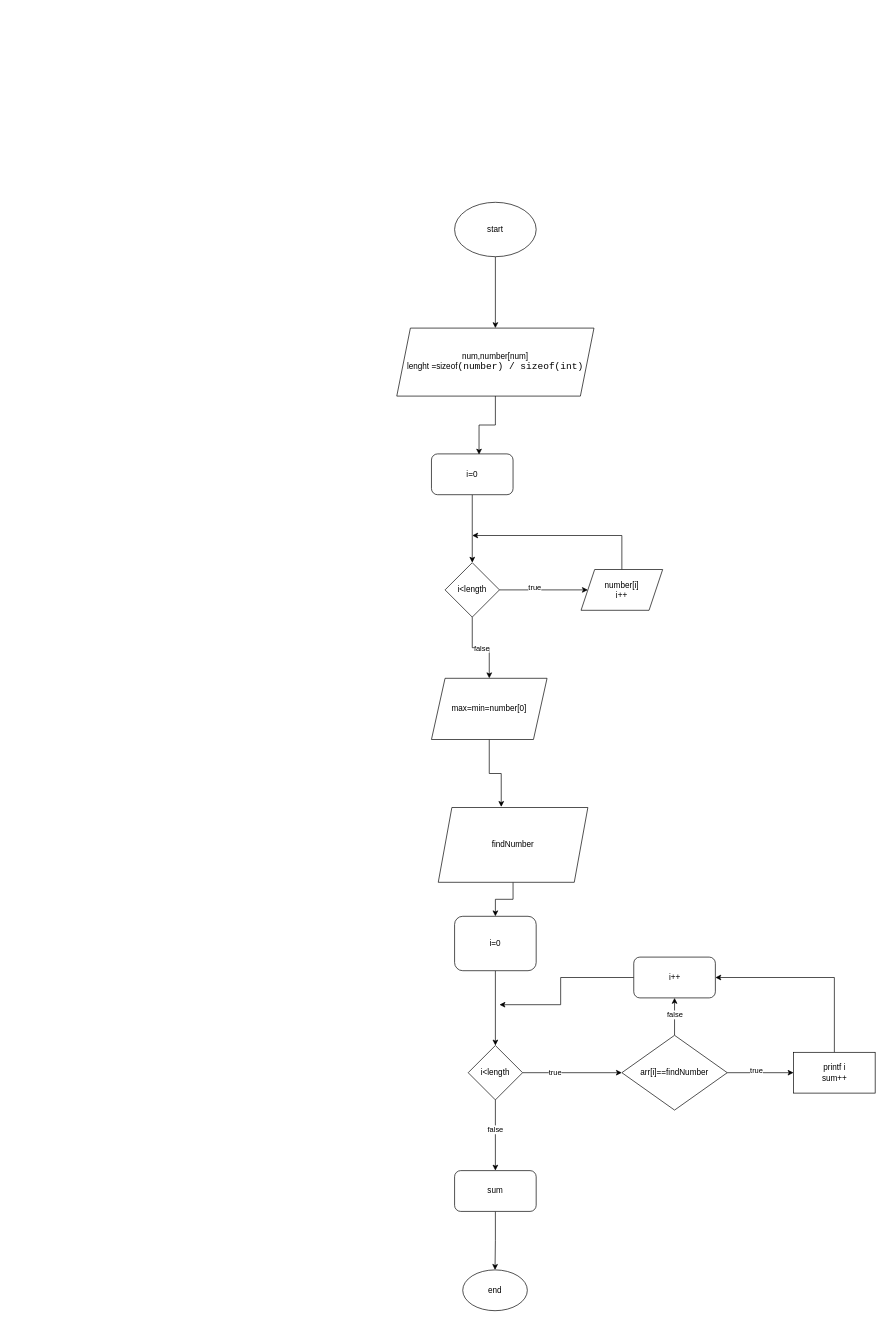
This is BTSS8/BTVN3.drawio from Duongleaaa/C, a draw.io file, before an edit. Source tidied: cells renumbered, new cells numbered last; positions are measured from the earlier drawing's top-left corner, leaving out a move shared by most shapes. Both pictures are drawn from the tidied source at 68%, with x=0, y=0 at pixel (396, 202).
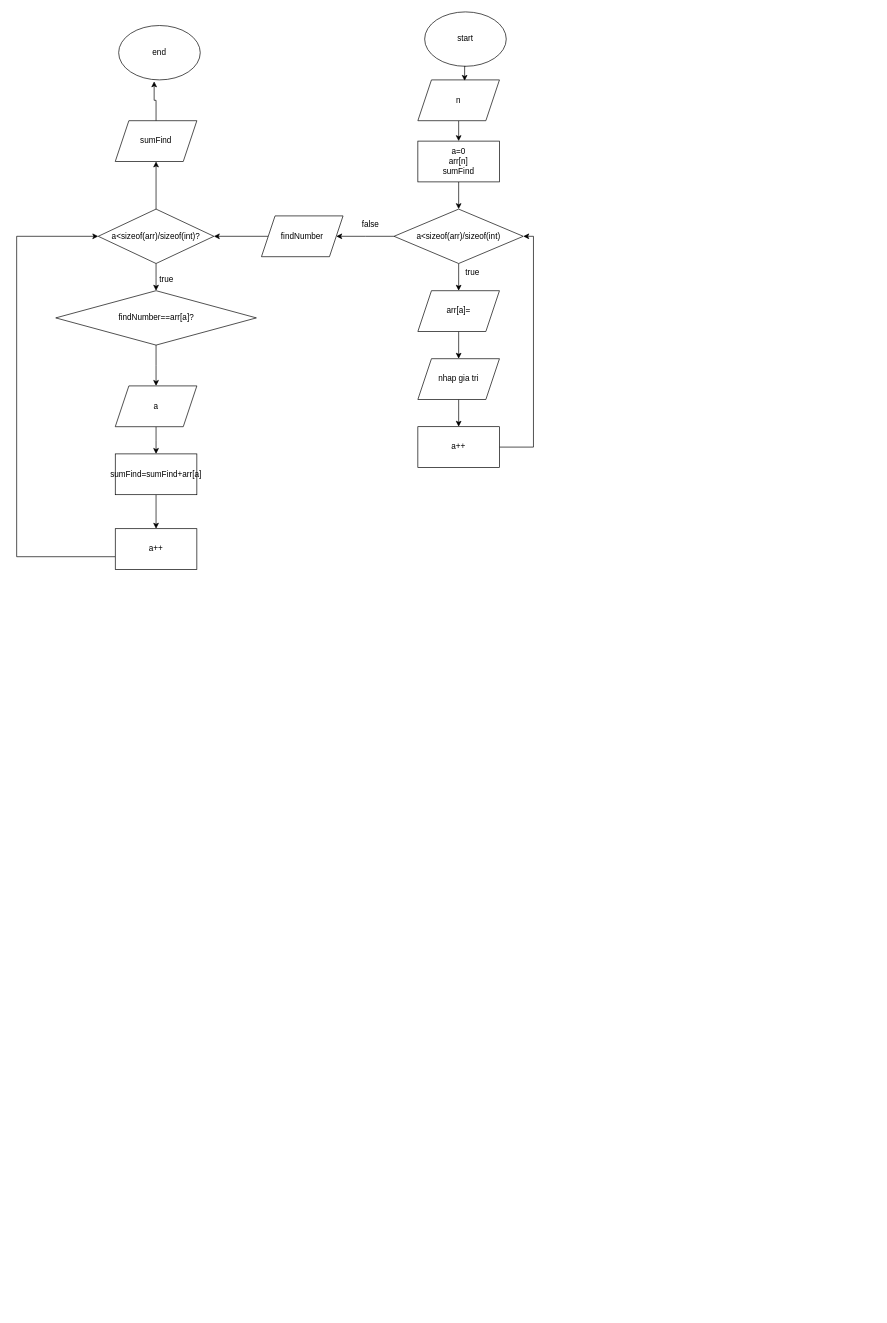
The same page after the edit.

What changed in the source:
```diff
@@
-    <mxCell id="2" style="edgeStyle=orthogonalEdgeStyle;rounded=0;jettySize=auto;html=1;entryX=0.5;entryY=0;entryDx=0;entryDy=0;" parent="1" edge="1" source="3" target="4">
-      <mxGeometry relative="1" as="geometry" />
-    </mxCell>
     <mxCell id="3" value="start" style="ellipse;whiteSpace=wrap;html=1;" parent="1" vertex="1">
-      <mxGeometry x="85" width="120" height="80" as="geometry" />
+      <mxGeometry x="41" y="-280" width="120" height="80" as="geometry" />
     </mxCell>
-    <mxCell id="4" value="&lt;span style=&quot;background-color: rgb(255, 255, 255);&quot;&gt;num,number[num]&lt;br&gt;lenght =sizeof&lt;span style=&quot;font-family: Consolas, &amp;quot;Courier New&amp;quot;, monospace; font-size: 14px;&quot;&gt;(&lt;/span&gt;&lt;span style=&quot;font-family: Consolas, &amp;quot;Courier New&amp;quot;, monospace; font-size: 14px;&quot;&gt;number&lt;/span&gt;&lt;span style=&quot;font-family: Consolas, &amp;quot;Courier New&amp;quot;, monospace; font-size: 14px;&quot;&gt;) / &lt;/span&gt;&lt;span style=&quot;font-family: Consolas, &amp;quot;Courier New&amp;quot;, monospace; font-size: 14px;&quot;&gt;sizeof&lt;/span&gt;&lt;span style=&quot;font-family: Consolas, &amp;quot;Courier New&amp;quot;, monospace; font-size: 14px;&quot;&gt;(&lt;/span&gt;&lt;span style=&quot;font-family: Consolas, &amp;quot;Courier New&amp;quot;, monospace; font-size: 14px;&quot;&gt;int&lt;/span&gt;&lt;span style=&quot;font-family: Consolas, &amp;quot;Courier New&amp;quot;, monospace; font-size: 14px;&quot;&gt;)&lt;/span&gt;&lt;/span&gt;" style="shape=parallelogram;perimeter=parallelogramPerimeter;whiteSpace=wrap;html=1;fixedSize=1;" parent="1" vertex="1">
-      <mxGeometry y="185" width="290" height="100" as="geometry" />
-    </mxCell>
-    <mxCell id="5" style="edgeStyle=orthogonalEdgeStyle;rounded=0;jettySize=auto;html=1;entryX=0.5;entryY=0;entryDx=0;entryDy=0;" parent="1" edge="1" source="6" target="12">
-      <mxGeometry relative="1" as="geometry" />
-    </mxCell>
-    <mxCell id="6" value="i=0" style="rounded=1;whiteSpace=wrap;html=1;" parent="1" vertex="1">
-      <mxGeometry x="51" y="370" width="120" height="60" as="geometry" />
-    </mxCell>
-    <mxCell id="7" style="edgeStyle=orthogonalEdgeStyle;rounded=0;jettySize=auto;html=1;entryX=0.583;entryY=0.017;entryDx=0;entryDy=0;entryPerimeter=0;" parent="1" edge="1" source="4" target="6">
-      <mxGeometry relative="1" as="geometry" />
-    </mxCell>
-    <mxCell id="8" style="edgeStyle=orthogonalEdgeStyle;rounded=0;jettySize=auto;html=1;entryX=0;entryY=0.5;entryDx=0;entryDy=0;" parent="1" edge="1" source="12" target="14">
-      <mxGeometry relative="1" as="geometry" />
-    </mxCell>
-    <mxCell id="9" value="true" style="edgeLabel;html=1;align=center;verticalAlign=middle;" parent="8" vertex="1">
-      <mxGeometry x="-0.22" y="4" relative="1" as="geometry" />
-    </mxCell>
-    <mxCell id="10" style="edgeStyle=orthogonalEdgeStyle;rounded=0;jettySize=auto;html=1;" parent="1" edge="1" source="12" target="16">
-      <mxGeometry relative="1" as="geometry" />
-    </mxCell>
-    <mxCell id="11" value="false" style="edgeLabel;html=1;align=center;verticalAlign=middle;" parent="10" vertex="1">
-      <mxGeometry relative="1" as="geometry" />
-    </mxCell>
-    <mxCell id="12" value="i&amp;lt;length" style="rhombus;whiteSpace=wrap;html=1;" parent="1" vertex="1">
-      <mxGeometry x="71" y="530" width="80" height="80" as="geometry" />
-    </mxCell>
-    <mxCell id="13" style="edgeStyle=orthogonalEdgeStyle;rounded=0;jettySize=auto;html=1;" parent="1" edge="1" source="14">
-      <mxGeometry relative="1" as="geometry">
-        <mxPoint x="111" y="490" as="targetPoint" />
-        <Array as="points">
-          <mxPoint x="331" y="490" />
-        </Array>
-      </mxGeometry>
-    </mxCell>
-    <mxCell id="14" value="number[i]&lt;br&gt;i++" style="shape=parallelogram;perimeter=parallelogramPerimeter;whiteSpace=wrap;html=1;fixedSize=1;" parent="1" vertex="1">
-      <mxGeometry x="271" y="540" width="120" height="60" as="geometry" />
-    </mxCell>
-    <mxCell id="15" style="edgeStyle=orthogonalEdgeStyle;rounded=0;jettySize=auto;html=1;entryX=0.421;entryY=-0.008;entryDx=0;entryDy=0;entryPerimeter=0;" parent="1" edge="1" source="16" target="25">
-      <mxGeometry relative="1" as="geometry" />
-    </mxCell>
-    <mxCell id="16" value="max=min=number[0]" style="shape=parallelogram;perimeter=parallelogramPerimeter;whiteSpace=wrap;html=1;fixedSize=1;" parent="1" vertex="1">
-      <mxGeometry x="51" y="700" width="170" height="90" as="geometry" />
-    </mxCell>
-    <mxCell id="17" style="edgeStyle=orthogonalEdgeStyle;rounded=0;jettySize=auto;html=1;" parent="1" edge="1" source="21" target="27">
-      <mxGeometry relative="1" as="geometry" />
-    </mxCell>
-    <mxCell id="18" value="false" style="edgeLabel;html=1;align=center;verticalAlign=middle;" parent="17" vertex="1">
-      <mxGeometry x="-0.17" y="-1" relative="1" as="geometry" />
-    </mxCell>
-    <mxCell id="19" style="edgeStyle=orthogonalEdgeStyle;rounded=0;jettySize=auto;html=1;" parent="1" edge="1" source="21" target="33">
-      <mxGeometry relative="1" as="geometry" />
-    </mxCell>
-    <mxCell id="20" value="true" style="edgeLabel;html=1;align=center;verticalAlign=middle;" parent="19" vertex="1">
-      <mxGeometry x="-0.35" y="1" relative="1" as="geometry" />
-    </mxCell>
-    <mxCell id="21" value="i&amp;lt;length" style="rhombus;whiteSpace=wrap;html=1;" parent="1" vertex="1">
-      <mxGeometry x="105" y="1240" width="80" height="80" as="geometry" />
-    </mxCell>
-    <mxCell id="22" style="edgeStyle=orthogonalEdgeStyle;rounded=0;jettySize=auto;html=1;entryX=0.5;entryY=0;entryDx=0;entryDy=0;" parent="1" edge="1" source="23" target="21">
-      <mxGeometry relative="1" as="geometry" />
-    </mxCell>
-    <mxCell id="23" value="i=0" style="rounded=1;whiteSpace=wrap;html=1;" parent="1" vertex="1">
-      <mxGeometry x="85" y="1050" width="120" height="80" as="geometry" />
-    </mxCell>
-    <mxCell id="24" style="edgeStyle=orthogonalEdgeStyle;rounded=0;jettySize=auto;html=1;entryX=0.5;entryY=0;entryDx=0;entryDy=0;" parent="1" edge="1" source="25" target="23">
-      <mxGeometry relative="1" as="geometry" />
-    </mxCell>
+    <mxCell id="38" style="edgeStyle=orthogonalEdgeStyle;rounded=0;jettySize=auto;html=1;exitX=0.5;exitY=1;exitDx=0;exitDy=0;entryX=0.5;entryY=0;entryDx=0;entryDy=0;" parent="1" edge="1" source="39" target="41">
+      <mxGeometry relative="1" as="geometry" />
+    </mxCell>
+    <mxCell id="39" value="n" style="shape=parallelogram;perimeter=parallelogramPerimeter;whiteSpace=wrap;html=1;fixedSize=1;" parent="1" vertex="1">
+      <mxGeometry x="31" y="-180" width="120" height="60" as="geometry" />
+    </mxCell>
+    <mxCell id="40" style="edgeStyle=orthogonalEdgeStyle;rounded=0;jettySize=auto;html=1;exitX=0.5;exitY=1;exitDx=0;exitDy=0;entryX=0.5;entryY=0;entryDx=0;entryDy=0;" parent="1" edge="1" source="41" target="45">
+      <mxGeometry relative="1" as="geometry" />
+    </mxCell>
+    <mxCell id="41" value="a=0&lt;br&gt;arr[n]&lt;br&gt;sumFind" style="rounded=0;whiteSpace=wrap;html=1;" parent="1" vertex="1">
+      <mxGeometry x="31" y="-90" width="120" height="60" as="geometry" />
+    </mxCell>
+    <mxCell id="42" style="edgeStyle=orthogonalEdgeStyle;rounded=0;jettySize=auto;html=1;exitX=0.5;exitY=1;exitDx=0;exitDy=0;entryX=0.573;entryY=0.023;entryDx=0;entryDy=0;entryPerimeter=0;" parent="1" edge="1" source="3" target="39">
+      <mxGeometry relative="1" as="geometry" />
+    </mxCell>
+    <mxCell id="43" style="edgeStyle=orthogonalEdgeStyle;rounded=0;jettySize=auto;html=1;exitX=0.5;exitY=1;exitDx=0;exitDy=0;entryX=0.5;entryY=0;entryDx=0;entryDy=0;" parent="1" edge="1" source="45" target="47">
+      <mxGeometry relative="1" as="geometry" />
+    </mxCell>
+    <mxCell id="44" style="edgeStyle=orthogonalEdgeStyle;rounded=0;jettySize=auto;html=1;exitX=0;exitY=0.5;exitDx=0;exitDy=0;" parent="1" edge="1" source="45">
+      <mxGeometry relative="1" as="geometry">
+        <mxPoint x="-89" y="50" as="targetPoint" />
+      </mxGeometry>
+    </mxCell>
+    <mxCell id="45" value="a&amp;lt;sizeof(arr)/sizeof(int)" style="rhombus;whiteSpace=wrap;html=1;" parent="1" vertex="1">
+      <mxGeometry x="-4" y="10" width="190" height="80" as="geometry" />
+    </mxCell>
+    <mxCell id="46" style="edgeStyle=orthogonalEdgeStyle;rounded=0;jettySize=auto;html=1;exitX=0.5;exitY=1;exitDx=0;exitDy=0;entryX=0.5;entryY=0;entryDx=0;entryDy=0;" parent="1" edge="1" source="47" target="49">
+      <mxGeometry relative="1" as="geometry" />
+    </mxCell>
+    <mxCell id="47" value="arr[a]=" style="shape=parallelogram;perimeter=parallelogramPerimeter;whiteSpace=wrap;html=1;fixedSize=1;" parent="1" vertex="1">
+      <mxGeometry x="31" y="130" width="120" height="60" as="geometry" />
+    </mxCell>
+    <mxCell id="48" style="edgeStyle=orthogonalEdgeStyle;rounded=0;jettySize=auto;html=1;exitX=0.5;exitY=1;exitDx=0;exitDy=0;entryX=0.5;entryY=0;entryDx=0;entryDy=0;" parent="1" edge="1" source="49" target="51">
+      <mxGeometry relative="1" as="geometry" />
+    </mxCell>
+    <mxCell id="49" value="nhap gia tri" style="shape=parallelogram;perimeter=parallelogramPerimeter;whiteSpace=wrap;html=1;fixedSize=1;" parent="1" vertex="1">
+      <mxGeometry x="31" y="230" width="120" height="60" as="geometry" />
+    </mxCell>
+    <mxCell id="50" style="edgeStyle=orthogonalEdgeStyle;rounded=0;jettySize=auto;html=1;exitX=1;exitY=0.5;exitDx=0;exitDy=0;" parent="1" edge="1" source="51" target="45">
+      <mxGeometry relative="1" as="geometry">
+        <Array as="points">
+          <mxPoint x="201" y="360" />
+          <mxPoint x="201" y="50" />
+        </Array>
+      </mxGeometry>
+    </mxCell>
+    <mxCell id="51" value="a++" style="rounded=0;whiteSpace=wrap;html=1;" parent="1" vertex="1">
+      <mxGeometry x="31" y="330" width="120" height="60" as="geometry" />
+    </mxCell>
+    <mxCell id="52" value="true" style="text;html=1;align=center;verticalAlign=middle;strokeColor=none;fillColor=none;" parent="1" vertex="1">
+      <mxGeometry x="91" y="88" width="40" height="30" as="geometry" />
+    </mxCell>
+    <mxCell id="53" value="false" style="text;html=1;align=center;verticalAlign=middle;strokeColor=none;fillColor=none;" parent="1" vertex="1">
+      <mxGeometry x="-64" y="18" width="50" height="30" as="geometry" />
+    </mxCell>
+    <mxCell id="54" style="edgeStyle=orthogonalEdgeStyle;rounded=0;jettySize=auto;html=1;exitX=0;exitY=0.5;exitDx=0;exitDy=0;" parent="1" edge="1" source="25" target="57">
+      <mxGeometry relative="1" as="geometry" />
+    </mxCell>
     <mxCell id="25" value="findNumber" style="shape=parallelogram;perimeter=parallelogramPerimeter;whiteSpace=wrap;html=1;fixedSize=1;" parent="1" vertex="1">
-      <mxGeometry x="61" y="890" width="220" height="110" as="geometry" />
+      <mxGeometry x="-199" y="20" width="120" height="60" as="geometry" />
     </mxCell>
-    <mxCell id="26" style="edgeStyle=orthogonalEdgeStyle;rounded=0;jettySize=auto;html=1;" parent="1" edge="1" source="27" target="28">
-      <mxGeometry relative="1" as="geometry" />
-    </mxCell>
-    <mxCell id="27" value="sum" style="rounded=1;whiteSpace=wrap;html=1;" parent="1" vertex="1">
-      <mxGeometry x="85" y="1424" width="120" height="60" as="geometry" />
-    </mxCell>
+    <mxCell id="55" style="edgeStyle=orthogonalEdgeStyle;rounded=0;jettySize=auto;html=1;exitX=0.5;exitY=1;exitDx=0;exitDy=0;" parent="1" edge="1" source="57">
+      <mxGeometry relative="1" as="geometry">
+        <mxPoint x="-354" y="130" as="targetPoint" />
+      </mxGeometry>
+    </mxCell>
+    <mxCell id="56" style="edgeStyle=orthogonalEdgeStyle;rounded=0;jettySize=auto;html=1;exitX=0.5;exitY=0;exitDx=0;exitDy=0;entryX=0.5;entryY=1;entryDx=0;entryDy=0;" parent="1" edge="1" source="57" target="67">
+      <mxGeometry relative="1" as="geometry" />
+    </mxCell>
+    <mxCell id="57" value="a&amp;lt;sizeof(arr)/sizeof(int)?" style="rhombus;whiteSpace=wrap;html=1;" parent="1" vertex="1">
+      <mxGeometry x="-439" y="10" width="170" height="80" as="geometry" />
+    </mxCell>
+    <mxCell id="58" style="edgeStyle=orthogonalEdgeStyle;rounded=0;jettySize=auto;html=1;exitX=0.5;exitY=1;exitDx=0;exitDy=0;" parent="1" edge="1" source="59">
+      <mxGeometry relative="1" as="geometry">
+        <mxPoint x="-354" y="270" as="targetPoint" />
+      </mxGeometry>
+    </mxCell>
+    <mxCell id="59" value="findNumber==arr[a]?" style="rhombus;whiteSpace=wrap;html=1;" parent="1" vertex="1">
+      <mxGeometry x="-501.5" y="130" width="295" height="80" as="geometry" />
+    </mxCell>
+    <mxCell id="60" style="edgeStyle=orthogonalEdgeStyle;rounded=0;jettySize=auto;html=1;exitX=0.5;exitY=1;exitDx=0;exitDy=0;" parent="1" edge="1" source="61">
+      <mxGeometry relative="1" as="geometry">
+        <mxPoint x="-354" y="370" as="targetPoint" />
+      </mxGeometry>
+    </mxCell>
+    <mxCell id="61" value="a" style="shape=parallelogram;perimeter=parallelogramPerimeter;whiteSpace=wrap;html=1;fixedSize=1;" parent="1" vertex="1">
+      <mxGeometry x="-414" y="270" width="120" height="60" as="geometry" />
+    </mxCell>
+    <mxCell id="62" style="edgeStyle=orthogonalEdgeStyle;rounded=0;jettySize=auto;html=1;exitX=0.5;exitY=1;exitDx=0;exitDy=0;entryX=0.5;entryY=0;entryDx=0;entryDy=0;" parent="1" edge="1" source="63" target="65">
+      <mxGeometry relative="1" as="geometry" />
+    </mxCell>
+    <mxCell id="63" value="sumFind=sumFind+arr[a]" style="rounded=0;whiteSpace=wrap;html=1;" parent="1" vertex="1">
+      <mxGeometry x="-414" y="370" width="120" height="60" as="geometry" />
+    </mxCell>
+    <mxCell id="64" style="edgeStyle=orthogonalEdgeStyle;rounded=0;jettySize=auto;html=1;exitX=0;exitY=0.5;exitDx=0;exitDy=0;entryX=0;entryY=0.5;entryDx=0;entryDy=0;" parent="1" edge="1" target="57">
+      <mxGeometry relative="1" as="geometry">
+        <mxPoint x="-414" y="521.2" as="sourcePoint" />
+        <Array as="points">
+          <mxPoint x="-559" y="521" />
+          <mxPoint x="-559" y="50" />
+        </Array>
+      </mxGeometry>
+    </mxCell>
+    <mxCell id="65" value="a++" style="rounded=0;whiteSpace=wrap;html=1;" parent="1" vertex="1">
+      <mxGeometry x="-414" y="480" width="120" height="60" as="geometry" />
+    </mxCell>
+    <mxCell id="66" value="true" style="text;html=1;align=center;verticalAlign=middle;strokeColor=none;fillColor=none;" parent="1" vertex="1">
+      <mxGeometry x="-359" y="98" width="40" height="30" as="geometry" />
+    </mxCell>
+    <mxCell id="67" value="sumFind" style="shape=parallelogram;perimeter=parallelogramPerimeter;whiteSpace=wrap;html=1;fixedSize=1;" parent="1" vertex="1">
+      <mxGeometry x="-414" y="-120" width="120" height="60" as="geometry" />
+    </mxCell>
-    <mxCell id="28" value="end" style="ellipse;whiteSpace=wrap;html=1;rounded=1;" parent="1" vertex="1">
-      <mxGeometry x="97" y="1570" width="95" height="60" as="geometry" />
+    <mxCell id="28" value="end" style="ellipse;whiteSpace=wrap;html=1;" parent="1" vertex="1">
+      <mxGeometry x="-409" y="-260" width="120" height="80" as="geometry" />
     </mxCell>
-    <mxCell id="29" style="edgeStyle=orthogonalEdgeStyle;rounded=0;jettySize=auto;html=1;" parent="1" edge="1" source="33" target="35">
-      <mxGeometry relative="1" as="geometry" />
-    </mxCell>
-    <mxCell id="30" value="false" style="edgeLabel;html=1;align=center;verticalAlign=middle;" parent="29" vertex="1">
-      <mxGeometry x="0.09" relative="1" as="geometry">
-        <mxPoint y="-1" as="offset" />
-      </mxGeometry>
-    </mxCell>
-    <mxCell id="31" style="edgeStyle=orthogonalEdgeStyle;rounded=0;jettySize=auto;html=1;" parent="1" edge="1" source="33" target="37">
-      <mxGeometry relative="1" as="geometry" />
-    </mxCell>
-    <mxCell id="32" value="true" style="edgeLabel;html=1;align=center;verticalAlign=middle;" parent="31" vertex="1">
-      <mxGeometry x="-0.13" y="4" relative="1" as="geometry" />
-    </mxCell>
-    <mxCell id="33" value="arr[i]==findNumber" style="rhombus;whiteSpace=wrap;html=1;" parent="1" vertex="1">
-      <mxGeometry x="331" y="1225" width="155" height="110" as="geometry" />
-    </mxCell>
-    <mxCell id="34" style="edgeStyle=orthogonalEdgeStyle;rounded=0;jettySize=auto;html=1;" parent="1" edge="1" source="35">
-      <mxGeometry relative="1" as="geometry">
-        <mxPoint x="151" y="1180" as="targetPoint" />
-        <Array as="points">
-          <mxPoint x="241" y="1140" />
-          <mxPoint x="241" y="1180" />
-        </Array>
-      </mxGeometry>
-    </mxCell>
-    <mxCell id="35" value="i++" style="rounded=1;whiteSpace=wrap;html=1;" parent="1" vertex="1">
-      <mxGeometry x="348.5" y="1110" width="120" height="60" as="geometry" />
-    </mxCell>
-    <mxCell id="36" style="edgeStyle=orthogonalEdgeStyle;rounded=0;jettySize=auto;html=1;entryX=1;entryY=0.5;entryDx=0;entryDy=0;" parent="1" edge="1" source="37" target="35">
-      <mxGeometry relative="1" as="geometry">
-        <Array as="points">
-          <mxPoint x="643" y="1140" />
-        </Array>
-      </mxGeometry>
-    </mxCell>
-    <mxCell id="37" value="printf i&lt;br&gt;sum++" style="whiteSpace=wrap;html=1;" parent="1" vertex="1">
-      <mxGeometry x="583.5" y="1250" width="120" height="60" as="geometry" />
-    </mxCell>
+    <mxCell id="68" style="edgeStyle=orthogonalEdgeStyle;rounded=0;jettySize=auto;html=1;exitX=0.5;exitY=0;exitDx=0;exitDy=0;entryX=0.435;entryY=1.027;entryDx=0;entryDy=0;entryPerimeter=0;" parent="1" edge="1" source="67" target="28">
+      <mxGeometry relative="1" as="geometry" />
+    </mxCell>
```
